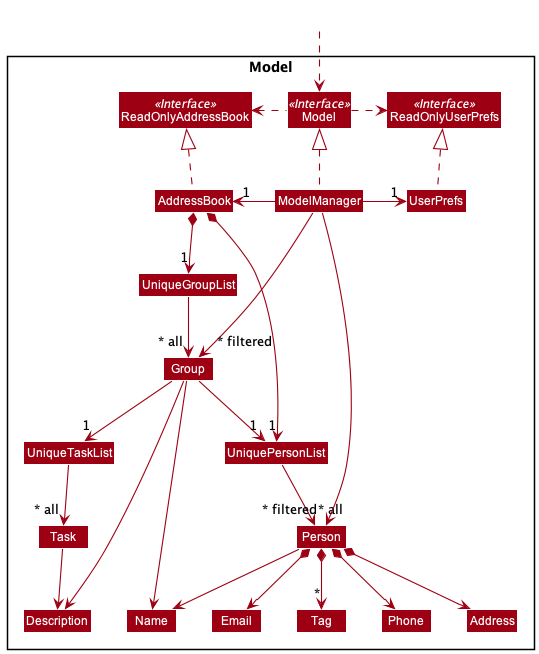
This is docs/images/ModelClassDiagram.png from thanwinnikki/tp, a PlantUML export, as it was before one commit.
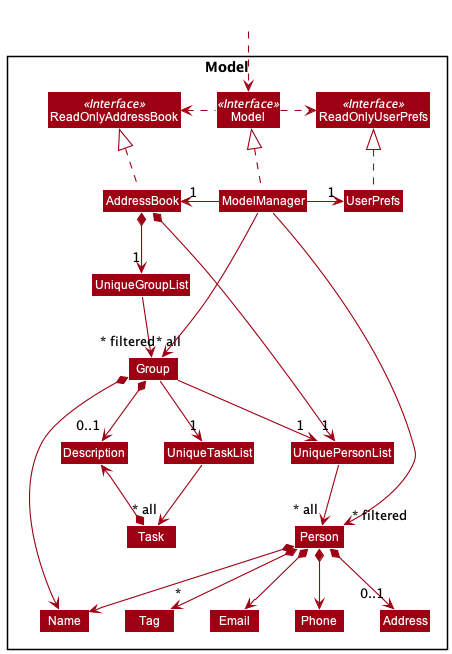
After the commit.

What changed in the source:
```diff
@@ -45,10 +45,10 @@
 
 AddressBook *--> "1" UniquePersonList
 UniquePersonList --> "~* all" Person
-Person --> Name
+Person *--> Name
 Person *--> Phone
 Person *--> Email
-Person *--> Address
+Person *--> "0..1" Address
 Person *--> "*" Tag
 
 AddressBook *--> "1" UniqueGroupList
@@ -56,10 +56,10 @@
 
 Group --> "1" UniqueTaskList
 Group --> "1" UniquePersonList
-Group --> Name
-Group --> Description
+Group *--> Name
+Group *--> "0..1" Description
 UniqueTaskList --> "~* all" Task
-Task --> Description
+Task *-up-> Description
 
 Name -[hidden]right-> Phone
 Phone -[hidden]right-> Address
```
